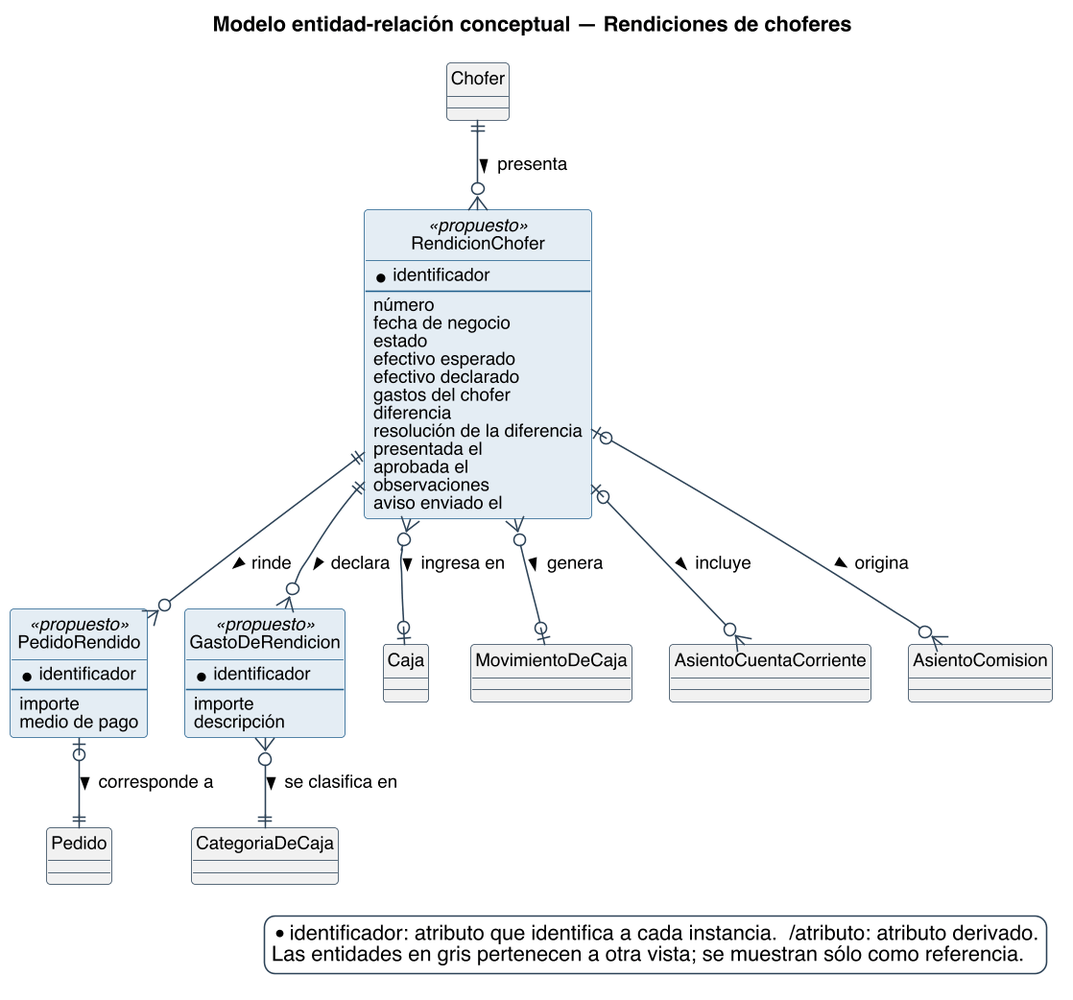
Before: diagramas/base-de-datos/conceptual/SPLG-der-13-rendiciones-de-choferes.png, a diagram exported from PlantUML (Nahuelito-Dev/splg-docs).
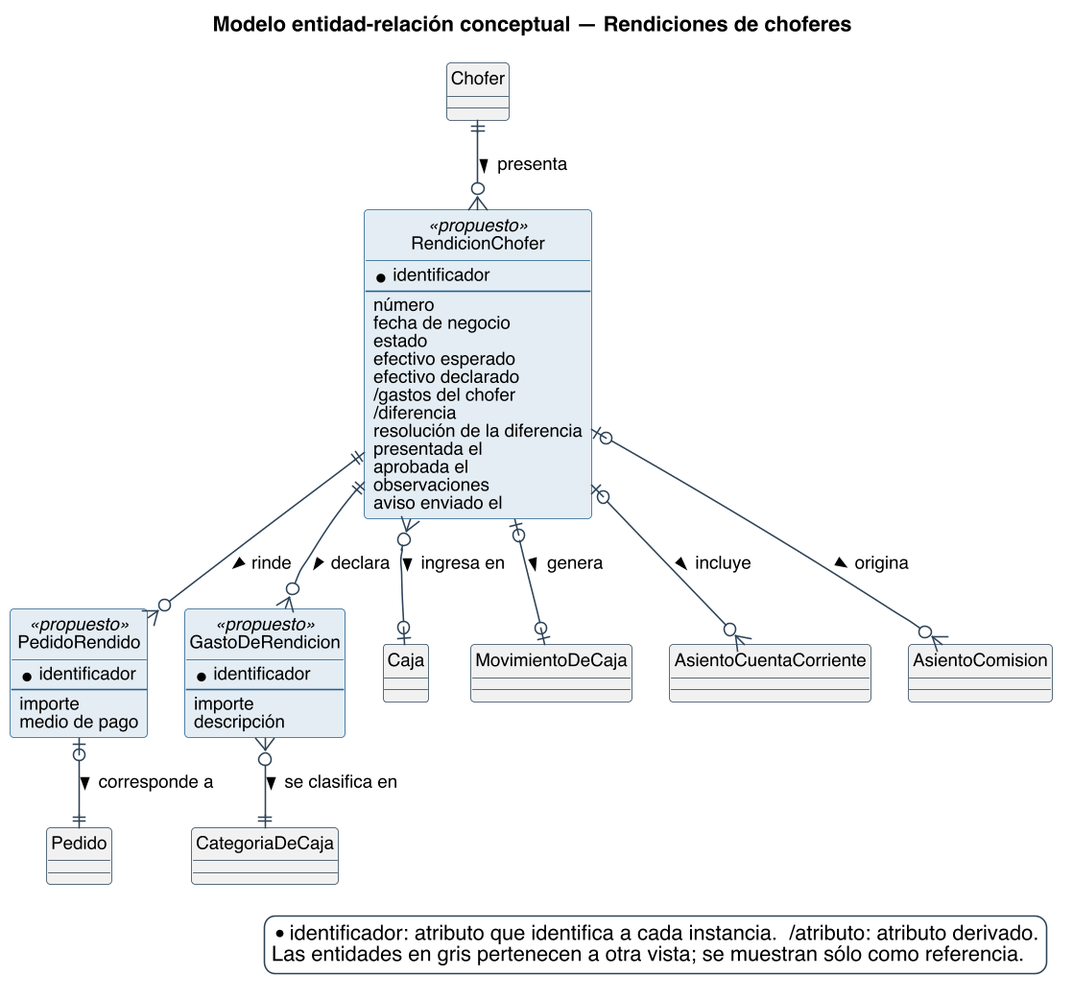
Later version of the same file.

The edit, as a diff of the source:
```diff
@@ -40,8 +40,8 @@
   {field} estado
   {field} efectivo esperado
   {field} efectivo declarado
-  {field} gastos del chofer
-  {field} diferencia
+  {field} /gastos del chofer
+  {field} /diferencia
   {field} resolución de la diferencia
   {field} presentada el
   {field} aprobada el
@@ -77,7 +77,7 @@
 
 Chofer ||--o{ RendicionChofer : presenta >
 RendicionChofer }o--o| Caja : ingresa en >
-RendicionChofer }o--o| MovimientoDeCaja : genera >
+RendicionChofer |o--o| MovimientoDeCaja : genera >
 RendicionChofer |o--o{ AsientoComision : origina >
 RendicionChofer |o--o{ AsientoCuentaCorriente : incluye >
 RendicionChofer ||--o{ GastoDeRendicion : declara >
```
